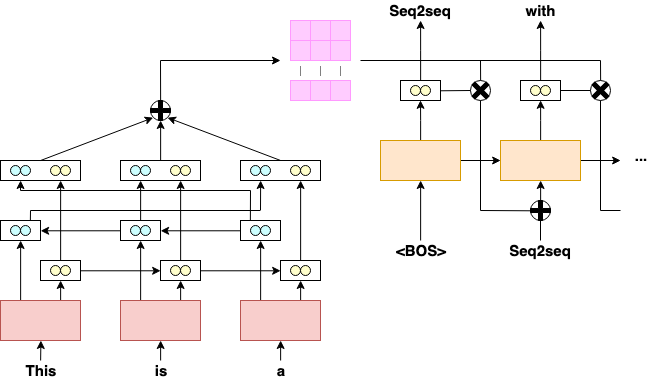
The draw.io diagram image/Seq2seq.png in omukazu/Pytorch-seq2seq-with-attention, before a commit. Source tidied: cells renumbered, new cells last; positions are measured from the earlier drawing's top-left corner, leaving out a move shared by most shapes.
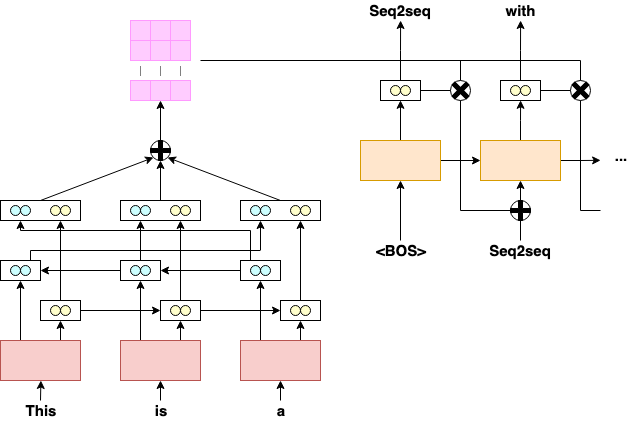
The same diagram one commit later.

The edit, as a diff of the source:
```diff
@@ -109,27 +109,27 @@
     </mxCell>
     <mxCell id="37" style="edgeStyle=orthogonalEdgeStyle;rounded=0;jettySize=auto;html=1;exitX=0.5;exitY=0;exitDx=0;exitDy=0;" parent="1" edge="1" source="39">
       <mxGeometry relative="1" as="geometry">
-        <mxPoint x="420" y="99.8" as="targetPoint" />
+        <mxPoint x="400" y="59.8" as="targetPoint" />
       </mxGeometry>
     </mxCell>
     <mxCell id="38" style="edgeStyle=orthogonalEdgeStyle;rounded=0;jettySize=auto;html=1;exitX=1;exitY=0.5;exitDx=0;exitDy=0;entryX=0;entryY=0.5;entryDx=0;entryDy=0;" parent="1" edge="1" source="39" target="42">
       <mxGeometry relative="1" as="geometry" />
     </mxCell>
     <mxCell id="39" style="rounded=0;whiteSpace=wrap;html=1;fillColor=#ffe6cc;strokeColor=#d79b00;" parent="1" vertex="1">
-      <mxGeometry x="380" y="140" width="80" height="40" as="geometry" />
+      <mxGeometry x="360" y="100" width="80" height="40" as="geometry" />
     </mxCell>
     <mxCell id="40" style="edgeStyle=orthogonalEdgeStyle;rounded=0;jettySize=auto;html=1;exitX=0.5;exitY=0;exitDx=0;exitDy=0;" parent="1" edge="1" source="42">
       <mxGeometry relative="1" as="geometry">
-        <mxPoint x="540.1" y="99.8" as="targetPoint" />
+        <mxPoint x="520.1" y="59.8" as="targetPoint" />
       </mxGeometry>
     </mxCell>
     <mxCell id="41" style="edgeStyle=orthogonalEdgeStyle;rounded=0;jettySize=auto;html=1;exitX=1;exitY=0.5;exitDx=0;exitDy=0;" parent="1" edge="1" source="42">
       <mxGeometry relative="1" as="geometry">
-        <mxPoint x="620.1" y="160" as="targetPoint" />
+        <mxPoint x="600.1" y="119.8" as="targetPoint" />
       </mxGeometry>
     </mxCell>
     <mxCell id="42" style="rounded=0;whiteSpace=wrap;html=1;fillColor=#ffe6cc;strokeColor=#d79b00;" parent="1" vertex="1">
-      <mxGeometry x="500" y="140" width="80" height="40" as="geometry" />
+      <mxGeometry x="480" y="100" width="80" height="40" as="geometry" />
     </mxCell>
     <mxCell id="43" style="group;" parent="1" vertex="1">
       <mxGeometry y="160" width="80" height="20" as="geometry" />
@@ -230,7 +230,7 @@
       <mxGeometry relative="1" as="geometry" />
     </mxCell>
     <mxCell id="71" value="&lt;b&gt;&lt;font style=&quot;font-size: 15px&quot;&gt;&amp;lt;BOS&amp;gt;&lt;/font&gt;&lt;/b&gt;" style="text;html=1;strokeColor=none;fillColor=none;align=center;verticalAlign=middle;whiteSpace=wrap;rounded=0;" parent="1" vertex="1">
-      <mxGeometry x="380" y="240" width="80" height="20" as="geometry" />
+      <mxGeometry x="360" y="200" width="80" height="20" as="geometry" />
     </mxCell>
     <mxCell id="72" style="ellipse;whiteSpace=wrap;html=1;fillColor=#FFFFFF;" parent="1" vertex="1">
       <mxGeometry x="150" y="100" width="20" height="20" as="geometry" />
@@ -248,197 +248,191 @@
       <mxGeometry relative="1" as="geometry" />
     </mxCell>
     <mxCell id="77" style="rounded=0;whiteSpace=wrap;html=1;strokeColor=#FF99FF;strokeWidth=1;fillColor=#FFCCFF;" parent="1" vertex="1">
-      <mxGeometry x="290" y="20" width="20" height="20" as="geometry" />
+      <mxGeometry x="130" y="-20" width="20" height="20" as="geometry" />
     </mxCell>
     <mxCell id="78" style="rounded=0;whiteSpace=wrap;html=1;strokeColor=#FF99FF;strokeWidth=1;fillColor=#FFCCFF;" parent="1" vertex="1">
-      <mxGeometry x="290" y="40" width="20" height="20" as="geometry" />
+      <mxGeometry x="130" width="20" height="20" as="geometry" />
     </mxCell>
     <mxCell id="79" style="rounded=0;whiteSpace=wrap;html=1;strokeColor=#FF99FF;strokeWidth=1;fillColor=#FFCCFF;" parent="1" vertex="1">
-      <mxGeometry x="290" y="80" width="20" height="20" as="geometry" />
+      <mxGeometry x="130" y="40" width="20" height="20" as="geometry" />
     </mxCell>
     <mxCell id="80" style="endArrow=none;dashed=1;html=1;dashPattern=1 1;" parent="1" edge="1">
       <mxGeometry relative="1" as="geometry">
-        <mxPoint x="300" y="75" as="sourcePoint" />
-        <mxPoint x="300" y="65" as="targetPoint" />
+        <mxPoint x="140" y="35" as="sourcePoint" />
+        <mxPoint x="140" y="25" as="targetPoint" />
       </mxGeometry>
     </mxCell>
     <mxCell id="81" style="rounded=0;whiteSpace=wrap;html=1;strokeColor=#FF99FF;strokeWidth=1;fillColor=#FFCCFF;" parent="1" vertex="1">
-      <mxGeometry x="310" y="20" width="20" height="20" as="geometry" />
+      <mxGeometry x="150" y="-20" width="20" height="20" as="geometry" />
     </mxCell>
     <mxCell id="82" style="rounded=0;whiteSpace=wrap;html=1;strokeColor=#FF99FF;strokeWidth=1;fillColor=#FFCCFF;" parent="1" vertex="1">
-      <mxGeometry x="310" y="40" width="20" height="20" as="geometry" />
+      <mxGeometry x="150" width="20" height="20" as="geometry" />
     </mxCell>
     <mxCell id="83" style="rounded=0;whiteSpace=wrap;html=1;strokeColor=#FF99FF;strokeWidth=1;fillColor=#FFCCFF;" parent="1" vertex="1">
-      <mxGeometry x="310" y="80" width="20" height="20" as="geometry" />
+      <mxGeometry x="150" y="40" width="20" height="20" as="geometry" />
     </mxCell>
     <mxCell id="84" style="endArrow=none;dashed=1;html=1;dashPattern=1 1;" parent="1" edge="1">
       <mxGeometry relative="1" as="geometry">
-        <mxPoint x="320" y="75" as="sourcePoint" />
-        <mxPoint x="320" y="65" as="targetPoint" />
+        <mxPoint x="160" y="35" as="sourcePoint" />
+        <mxPoint x="160" y="25" as="targetPoint" />
       </mxGeometry>
     </mxCell>
     <mxCell id="85" style="rounded=0;whiteSpace=wrap;html=1;strokeColor=#FF99FF;strokeWidth=1;fillColor=#FFCCFF;" parent="1" vertex="1">
-      <mxGeometry x="330" y="20" width="20" height="20" as="geometry" />
+      <mxGeometry x="170" y="-20" width="20" height="20" as="geometry" />
     </mxCell>
     <mxCell id="86" style="rounded=0;whiteSpace=wrap;html=1;strokeColor=#FF99FF;strokeWidth=1;fillColor=#FFCCFF;" parent="1" vertex="1">
-      <mxGeometry x="330" y="40" width="20" height="20" as="geometry" />
+      <mxGeometry x="170" width="20" height="20" as="geometry" />
     </mxCell>
     <mxCell id="87" style="rounded=0;whiteSpace=wrap;html=1;strokeColor=#FF99FF;strokeWidth=1;fillColor=#FFCCFF;" parent="1" vertex="1">
-      <mxGeometry x="330" y="80" width="20" height="20" as="geometry" />
+      <mxGeometry x="170" y="40" width="20" height="20" as="geometry" />
     </mxCell>
     <mxCell id="88" style="endArrow=none;dashed=1;html=1;dashPattern=1 1;" parent="1" edge="1">
       <mxGeometry relative="1" as="geometry">
-        <mxPoint x="340" y="75" as="sourcePoint" />
-        <mxPoint x="340" y="65" as="targetPoint" />
+        <mxPoint x="180" y="35" as="sourcePoint" />
+        <mxPoint x="180" y="25" as="targetPoint" />
       </mxGeometry>
     </mxCell>
     <mxCell id="89" style="edgeStyle=orthogonalEdgeStyle;rounded=0;jettySize=auto;html=1;exitX=0.5;exitY=0;exitDx=0;exitDy=0;" parent="1" edge="1" source="90">
       <mxGeometry relative="1" as="geometry">
-        <mxPoint x="420.1" y="20" as="targetPoint" />
+        <mxPoint x="400.1" y="-20" as="targetPoint" />
       </mxGeometry>
     </mxCell>
     <mxCell id="90" style="rounded=0;whiteSpace=wrap;html=1;" parent="1" vertex="1">
-      <mxGeometry x="400" y="80" width="40" height="20" as="geometry" />
+      <mxGeometry x="380" y="40" width="40" height="20" as="geometry" />
     </mxCell>
     <mxCell id="91" style="ellipse;whiteSpace=wrap;html=1;fillColor=#FFFFCC;" parent="1" vertex="1">
-      <mxGeometry x="410" y="85" width="10" height="10" as="geometry" />
+      <mxGeometry x="390" y="45" width="10" height="10" as="geometry" />
     </mxCell>
     <mxCell id="92" style="ellipse;whiteSpace=wrap;html=1;fillColor=#FFFFCC;" parent="1" vertex="1">
-      <mxGeometry x="420" y="85" width="10" height="10" as="geometry" />
+      <mxGeometry x="400" y="45" width="10" height="10" as="geometry" />
     </mxCell>
-    <mxCell id="93" style="endArrow=classic;html=1;" parent="1" edge="1">
+    <mxCell id="93" style="endArrow=classic;html=1;exitX=0.5;exitY=0;exitDx=0;exitDy=0;exitPerimeter=0;" parent="1" edge="1" source="73">
       <mxGeometry relative="1" as="geometry">
-        <mxPoint x="160" y="60" as="sourcePoint" />
-        <mxPoint x="280" y="60" as="targetPoint" />
+        <mxPoint x="160" y="60" as="targetPoint" />
       </mxGeometry>
     </mxCell>
-    <mxCell id="94" style="endArrow=none;html=1;exitX=0.5;exitY=0;exitDx=0;exitDy=0;" parent="1" edge="1" source="72">
-      <mxGeometry relative="1" as="geometry">
-        <mxPoint x="160" y="60" as="targetPoint" />
-      </mxGeometry>
+    <mxCell id="94" style="edgeStyle=orthogonalEdgeStyle;rounded=0;jettySize=auto;html=1;exitX=0.5;exitY=0;exitDx=0;exitDy=0;entryX=0.5;entryY=1;entryDx=0;entryDy=0;" parent="1" edge="1" source="95" target="42">
+      <mxGeometry relative="1" as="geometry" />
     </mxCell>
-    <mxCell id="95" style="edgeStyle=orthogonalEdgeStyle;rounded=0;jettySize=auto;html=1;exitX=0.5;exitY=0;exitDx=0;exitDy=0;entryX=0.5;entryY=1;entryDx=0;entryDy=0;" parent="1" edge="1" source="96" target="42">
-      <mxGeometry relative="1" as="geometry" />
+    <mxCell id="95" style="ellipse;whiteSpace=wrap;html=1;fillColor=#FFFFFF;" parent="1" vertex="1">
+      <mxGeometry x="510" y="160" width="20" height="20" as="geometry" />
     </mxCell>
-    <mxCell id="96" style="ellipse;whiteSpace=wrap;html=1;fillColor=#FFFFFF;" parent="1" vertex="1">
-      <mxGeometry x="530" y="200" width="20" height="20" as="geometry" />
+    <mxCell id="96" style="shape=cross;whiteSpace=wrap;html=1;fillColor=#000000;" parent="1" vertex="1">
+      <mxGeometry x="510" y="160" width="20" height="20" as="geometry" />
     </mxCell>
-    <mxCell id="97" style="shape=cross;whiteSpace=wrap;html=1;fillColor=#000000;" parent="1" vertex="1">
-      <mxGeometry x="530" y="200" width="20" height="20" as="geometry" />
+    <mxCell id="97" style="endArrow=none;html=1;entryX=0;entryY=0.5;entryDx=0;entryDy=0;entryPerimeter=0;" parent="1" edge="1" target="96">
+      <mxGeometry relative="1" as="geometry">
+        <mxPoint x="460" y="170" as="sourcePoint" />
+      </mxGeometry>
     </mxCell>
-    <mxCell id="98" style="endArrow=none;html=1;entryX=0;entryY=0.5;entryDx=0;entryDy=0;entryPerimeter=0;" parent="1" edge="1" target="97">
+    <mxCell id="98" style="endArrow=none;html=1;entryX=0;entryY=0.5;entryDx=0;entryDy=0;entryPerimeter=0;" parent="1" edge="1">
       <mxGeometry relative="1" as="geometry">
-        <mxPoint x="480" y="210" as="sourcePoint" />
+        <mxPoint x="520" y="200" as="sourcePoint" />
+        <mxPoint x="520" y="180.3" as="targetPoint" />
       </mxGeometry>
     </mxCell>
-    <mxCell id="99" style="endArrow=none;html=1;entryX=0;entryY=0.5;entryDx=0;entryDy=0;entryPerimeter=0;" parent="1" edge="1">
+    <mxCell id="99" style="endArrow=classic;html=1;entryX=0.5;entryY=1;entryDx=0;entryDy=0;exitX=0.5;exitY=0;exitDx=0;exitDy=0;" parent="1" edge="1" source="100">
       <mxGeometry relative="1" as="geometry">
-        <mxPoint x="540" y="240" as="sourcePoint" />
-        <mxPoint x="540" y="220.3" as="targetPoint" />
+        <mxPoint x="40.4" y="340" as="targetPoint" />
       </mxGeometry>
     </mxCell>
-    <mxCell id="100" style="endArrow=classic;html=1;entryX=0.5;entryY=1;entryDx=0;entryDy=0;exitX=0.5;exitY=0;exitDx=0;exitDy=0;" parent="1" edge="1" source="101">
-      <mxGeometry relative="1" as="geometry">
-        <mxPoint x="40.4" y="340" as="targetPoint" />
-      </mxGeometry>
+    <mxCell id="100" value="&lt;b&gt;&lt;font style=&quot;font-size: 15px&quot;&gt;This&lt;/font&gt;&lt;/b&gt;" style="text;html=1;strokeColor=none;fillColor=none;align=center;verticalAlign=middle;whiteSpace=wrap;rounded=0;" parent="1" vertex="1">
+      <mxGeometry x="0.2" y="360" width="80" height="20" as="geometry" />
     </mxCell>
-    <mxCell id="101" value="&lt;b&gt;&lt;font style=&quot;font-size: 15px&quot;&gt;This&lt;/font&gt;&lt;/b&gt;" style="text;html=1;strokeColor=none;fillColor=none;align=center;verticalAlign=middle;whiteSpace=wrap;rounded=0;" parent="1" vertex="1">
-      <mxGeometry x="0.2" y="360" width="80" height="20" as="geometry" />
+    <mxCell id="101" style="edgeStyle=orthogonalEdgeStyle;rounded=0;jettySize=auto;html=1;exitX=0.5;exitY=0;exitDx=0;exitDy=0;entryX=0.5;entryY=1;entryDx=0;entryDy=0;" parent="1" edge="1" source="102" target="7">
+      <mxGeometry relative="1" as="geometry" />
     </mxCell>
-    <mxCell id="102" style="edgeStyle=orthogonalEdgeStyle;rounded=0;jettySize=auto;html=1;exitX=0.5;exitY=0;exitDx=0;exitDy=0;entryX=0.5;entryY=1;entryDx=0;entryDy=0;" parent="1" edge="1" source="103" target="7">
-      <mxGeometry relative="1" as="geometry" />
+    <mxCell id="102" value="&lt;b&gt;&lt;font style=&quot;font-size: 15px&quot;&gt;is&lt;/font&gt;&lt;/b&gt;" style="text;html=1;strokeColor=none;fillColor=none;align=center;verticalAlign=middle;whiteSpace=wrap;rounded=0;" parent="1" vertex="1">
+      <mxGeometry x="120.2" y="360" width="80" height="20" as="geometry" />
     </mxCell>
-    <mxCell id="103" value="&lt;b&gt;&lt;font style=&quot;font-size: 15px&quot;&gt;is&lt;/font&gt;&lt;/b&gt;" style="text;html=1;strokeColor=none;fillColor=none;align=center;verticalAlign=middle;whiteSpace=wrap;rounded=0;" parent="1" vertex="1">
-      <mxGeometry x="120.2" y="360" width="80" height="20" as="geometry" />
+    <mxCell id="103" style="edgeStyle=orthogonalEdgeStyle;rounded=0;jettySize=auto;html=1;exitX=0.5;exitY=0;exitDx=0;exitDy=0;entryX=0.5;entryY=1;entryDx=0;entryDy=0;" parent="1" edge="1" source="104" target="10">
+      <mxGeometry relative="1" as="geometry" />
     </mxCell>
-    <mxCell id="104" style="edgeStyle=orthogonalEdgeStyle;rounded=0;jettySize=auto;html=1;exitX=0.5;exitY=0;exitDx=0;exitDy=0;entryX=0.5;entryY=1;entryDx=0;entryDy=0;" parent="1" edge="1" source="105" target="10">
-      <mxGeometry relative="1" as="geometry" />
+    <mxCell id="104" value="&lt;b&gt;&lt;font style=&quot;font-size: 15px&quot;&gt;a&lt;/font&gt;&lt;/b&gt;" style="text;html=1;strokeColor=none;fillColor=none;align=center;verticalAlign=middle;whiteSpace=wrap;rounded=0;" parent="1" vertex="1">
+      <mxGeometry x="240.2" y="360" width="80" height="20" as="geometry" />
     </mxCell>
-    <mxCell id="105" value="&lt;b&gt;&lt;font style=&quot;font-size: 15px&quot;&gt;a&lt;/font&gt;&lt;/b&gt;" style="text;html=1;strokeColor=none;fillColor=none;align=center;verticalAlign=middle;whiteSpace=wrap;rounded=0;" parent="1" vertex="1">
-      <mxGeometry x="240.2" y="360" width="80" height="20" as="geometry" />
+    <mxCell id="105" value="&lt;b&gt;&lt;font style=&quot;font-size: 15px&quot;&gt;Seq2seq&lt;/font&gt;&lt;/b&gt;" style="text;html=1;strokeColor=none;fillColor=none;align=center;verticalAlign=middle;whiteSpace=wrap;rounded=0;" parent="1" vertex="1">
+      <mxGeometry x="480" y="200" width="80" height="20" as="geometry" />
     </mxCell>
-    <mxCell id="106" value="&lt;b&gt;&lt;font style=&quot;font-size: 15px&quot;&gt;Seq2seq&lt;/font&gt;&lt;/b&gt;" style="text;html=1;strokeColor=none;fillColor=none;align=center;verticalAlign=middle;whiteSpace=wrap;rounded=0;" parent="1" vertex="1">
-      <mxGeometry x="500" y="240" width="80" height="20" as="geometry" />
+    <mxCell id="106" style="edgeStyle=orthogonalEdgeStyle;rounded=0;jettySize=auto;html=1;exitX=0.5;exitY=0;exitDx=0;exitDy=0;" parent="1" edge="1" source="107">
+      <mxGeometry relative="1" as="geometry">
+        <mxPoint x="520.1" y="-20" as="targetPoint" />
+      </mxGeometry>
     </mxCell>
-    <mxCell id="107" style="edgeStyle=orthogonalEdgeStyle;rounded=0;jettySize=auto;html=1;exitX=0.5;exitY=0;exitDx=0;exitDy=0;" parent="1" edge="1" source="108">
-      <mxGeometry relative="1" as="geometry">
-        <mxPoint x="540.1" y="20" as="targetPoint" />
-      </mxGeometry>
+    <mxCell id="107" style="rounded=0;whiteSpace=wrap;html=1;" parent="1" vertex="1">
+      <mxGeometry x="500" y="40" width="40" height="20" as="geometry" />
     </mxCell>
-    <mxCell id="108" style="rounded=0;whiteSpace=wrap;html=1;" parent="1" vertex="1">
-      <mxGeometry x="520" y="80" width="40" height="20" as="geometry" />
+    <mxCell id="108" style="ellipse;whiteSpace=wrap;html=1;fillColor=#FFFFCC;" parent="1" vertex="1">
+      <mxGeometry x="510" y="45" width="10" height="10" as="geometry" />
     </mxCell>
     <mxCell id="109" style="ellipse;whiteSpace=wrap;html=1;fillColor=#FFFFCC;" parent="1" vertex="1">
-      <mxGeometry x="530" y="85" width="10" height="10" as="geometry" />
+      <mxGeometry x="520" y="45" width="10" height="10" as="geometry" />
     </mxCell>
-    <mxCell id="110" style="ellipse;whiteSpace=wrap;html=1;fillColor=#FFFFCC;" parent="1" vertex="1">
-      <mxGeometry x="540" y="85" width="10" height="10" as="geometry" />
+    <mxCell id="110" value="&lt;b&gt;&lt;font style=&quot;font-size: 15px&quot;&gt;...&lt;/font&gt;&lt;/b&gt;" style="text;html=1;strokeColor=none;fillColor=none;align=center;verticalAlign=middle;whiteSpace=wrap;rounded=0;" parent="1" vertex="1">
+      <mxGeometry x="600" y="105" width="40" height="20" as="geometry" />
     </mxCell>
-    <mxCell id="111" value="&lt;b&gt;&lt;font style=&quot;font-size: 15px&quot;&gt;...&lt;/font&gt;&lt;/b&gt;" style="text;html=1;strokeColor=none;fillColor=none;align=center;verticalAlign=middle;whiteSpace=wrap;rounded=0;" parent="1" vertex="1">
-      <mxGeometry x="620" y="145" width="40" height="20" as="geometry" />
+    <mxCell id="111" value="&lt;b&gt;&lt;font style=&quot;font-size: 15px&quot;&gt;Seq2seq&lt;/font&gt;&lt;/b&gt;" style="text;html=1;strokeColor=none;fillColor=none;align=center;verticalAlign=middle;whiteSpace=wrap;rounded=0;" parent="1" vertex="1">
+      <mxGeometry x="360" y="-40" width="80" height="20" as="geometry" />
     </mxCell>
-    <mxCell id="112" value="&lt;b&gt;&lt;font style=&quot;font-size: 15px&quot;&gt;Seq2seq&lt;/font&gt;&lt;/b&gt;" style="text;html=1;strokeColor=none;fillColor=none;align=center;verticalAlign=middle;whiteSpace=wrap;rounded=0;" parent="1" vertex="1">
-      <mxGeometry x="380" width="80" height="20" as="geometry" />
+    <mxCell id="112" value="&lt;b&gt;&lt;font style=&quot;font-size: 15px&quot;&gt;with&lt;/font&gt;&lt;/b&gt;" style="text;html=1;strokeColor=none;fillColor=none;align=center;verticalAlign=middle;whiteSpace=wrap;rounded=0;" parent="1" vertex="1">
+      <mxGeometry x="480" y="-40" width="80" height="20" as="geometry" />
     </mxCell>
-    <mxCell id="113" value="&lt;b&gt;&lt;font style=&quot;font-size: 15px&quot;&gt;with&lt;/font&gt;&lt;/b&gt;" style="text;html=1;strokeColor=none;fillColor=none;align=center;verticalAlign=middle;whiteSpace=wrap;rounded=0;" parent="1" vertex="1">
-      <mxGeometry x="500" width="80" height="20" as="geometry" />
+    <mxCell id="113" style="ellipse;whiteSpace=wrap;html=1;fillColor=#FFFFFF;" parent="1" vertex="1">
+      <mxGeometry x="450" y="40" width="20" height="20" as="geometry" />
     </mxCell>
-    <mxCell id="114" style="ellipse;whiteSpace=wrap;html=1;fillColor=#FFFFFF;" parent="1" vertex="1">
-      <mxGeometry x="470" y="80" width="20" height="20" as="geometry" />
+    <mxCell id="114" style="shape=cross;whiteSpace=wrap;html=1;fillColor=#000000;rotation=45;" parent="1" vertex="1">
+      <mxGeometry x="450" y="40" width="20" height="20" as="geometry" />
     </mxCell>
-    <mxCell id="115" style="shape=cross;whiteSpace=wrap;html=1;fillColor=#000000;rotation=45;" parent="1" vertex="1">
-      <mxGeometry x="470" y="80" width="20" height="20" as="geometry" />
+    <mxCell id="115" style="endArrow=none;html=1;" parent="1" edge="1">
+      <mxGeometry relative="1" as="geometry">
+        <mxPoint x="200" y="20" as="sourcePoint" />
+        <mxPoint x="580" y="20" as="targetPoint" />
+      </mxGeometry>
     </mxCell>
-    <mxCell id="116" style="endArrow=none;html=1;" parent="1" edge="1">
+    <mxCell id="116" style="endArrow=none;html=1;exitX=0.5;exitY=0;exitDx=0;exitDy=0;" parent="1" edge="1" source="113">
       <mxGeometry relative="1" as="geometry">
-        <mxPoint x="360" y="60" as="sourcePoint" />
-        <mxPoint x="600" y="60" as="targetPoint" />
+        <mxPoint x="460" y="20" as="targetPoint" />
       </mxGeometry>
     </mxCell>
-    <mxCell id="117" style="endArrow=none;html=1;exitX=0.5;exitY=0;exitDx=0;exitDy=0;" parent="1" edge="1" source="114">
+    <mxCell id="117" style="endArrow=none;html=1;exitX=1;exitY=0.5;exitDx=0;exitDy=0;" parent="1" edge="1" source="90">
       <mxGeometry relative="1" as="geometry">
-        <mxPoint x="480" y="60" as="targetPoint" />
+        <mxPoint x="450" y="50" as="targetPoint" />
       </mxGeometry>
     </mxCell>
-    <mxCell id="118" style="endArrow=none;html=1;exitX=1;exitY=0.5;exitDx=0;exitDy=0;" parent="1" edge="1" source="90">
+    <mxCell id="118" style="endArrow=none;html=1;" parent="1" edge="1">
       <mxGeometry relative="1" as="geometry">
-        <mxPoint x="470" y="90" as="targetPoint" />
+        <mxPoint x="460" y="60" as="sourcePoint" />
+        <mxPoint x="460" y="170" as="targetPoint" />
       </mxGeometry>
     </mxCell>
-    <mxCell id="119" style="endArrow=none;html=1;" parent="1" edge="1">
-      <mxGeometry relative="1" as="geometry">
-        <mxPoint x="480" y="100" as="sourcePoint" />
-        <mxPoint x="480" y="210" as="targetPoint" />
-      </mxGeometry>
+    <mxCell id="119" style="ellipse;whiteSpace=wrap;html=1;fillColor=#FFFFFF;" parent="1" vertex="1">
+      <mxGeometry x="570" y="40" width="20" height="20" as="geometry" />
     </mxCell>
-    <mxCell id="120" style="ellipse;whiteSpace=wrap;html=1;fillColor=#FFFFFF;" parent="1" vertex="1">
-      <mxGeometry x="590" y="80" width="20" height="20" as="geometry" />
+    <mxCell id="120" style="shape=cross;whiteSpace=wrap;html=1;fillColor=#000000;rotation=45;" parent="1" vertex="1">
+      <mxGeometry x="570" y="40" width="20" height="20" as="geometry" />
     </mxCell>
-    <mxCell id="121" style="shape=cross;whiteSpace=wrap;html=1;fillColor=#000000;rotation=45;" parent="1" vertex="1">
-      <mxGeometry x="590" y="80" width="20" height="20" as="geometry" />
+    <mxCell id="121" style="endArrow=none;html=1;exitX=0.5;exitY=0;exitDx=0;exitDy=0;" parent="1" edge="1" source="119">
+      <mxGeometry relative="1" as="geometry">
+        <mxPoint x="580" y="20" as="targetPoint" />
+      </mxGeometry>
     </mxCell>
-    <mxCell id="122" style="endArrow=none;html=1;exitX=0.5;exitY=0;exitDx=0;exitDy=0;" parent="1" edge="1" source="120">
+    <mxCell id="122" style="endArrow=none;html=1;" parent="1" edge="1">
       <mxGeometry relative="1" as="geometry">
-        <mxPoint x="600" y="60" as="targetPoint" />
+        <mxPoint x="540" y="50" as="sourcePoint" />
+        <mxPoint x="570" y="50" as="targetPoint" />
       </mxGeometry>
     </mxCell>
     <mxCell id="123" style="endArrow=none;html=1;" parent="1" edge="1">
       <mxGeometry relative="1" as="geometry">
-        <mxPoint x="560" y="90" as="sourcePoint" />
-        <mxPoint x="590" y="90" as="targetPoint" />
+        <mxPoint x="580" y="60" as="sourcePoint" />
+        <mxPoint x="580" y="170" as="targetPoint" />
       </mxGeometry>
     </mxCell>
     <mxCell id="124" style="endArrow=none;html=1;" parent="1" edge="1">
       <mxGeometry relative="1" as="geometry">
-        <mxPoint x="600" y="100" as="sourcePoint" />
-        <mxPoint x="600" y="210" as="targetPoint" />
+        <mxPoint x="580" y="170" as="sourcePoint" />
+        <mxPoint x="600" y="170" as="targetPoint" />
       </mxGeometry>
     </mxCell>
-    <mxCell id="125" style="endArrow=none;html=1;" parent="1" edge="1">
-      <mxGeometry relative="1" as="geometry">
-        <mxPoint x="600" y="210" as="sourcePoint" />
-        <mxPoint x="620" y="210" as="targetPoint" />
-      </mxGeometry>
-    </mxCell>
   </root>
 </mxGraphModel>
```
